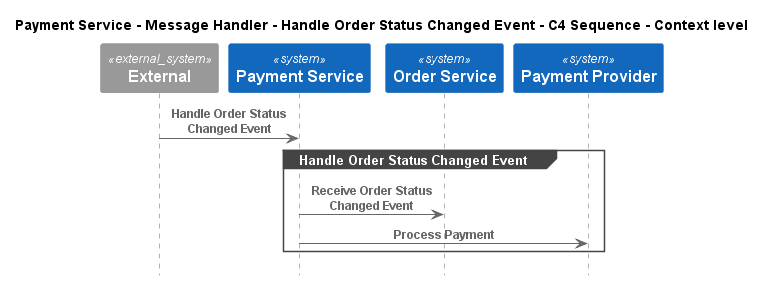
Above: e-commerce-platform/Software Systems/Payment Service/Containers/Message Handler/Interfaces/Handle Order Status Changed Event/Context - C4 Sequence.png in C4InterFlow/architecture-as-code-samples (PlantUML), before the change. Source of this version:
```plantuml
@startuml
!pragma layout smetana
!include ..\..\..\..\..\..\.c4s\C4_Sequence.puml

title Payment Service - Message Handler - Handle Order Status Changed Event - C4 Sequence - Context level

System_Ext(C4InterFlow.SoftwareSystems.ExternalSystem, "External", "")
System(ECommercePlatform.SoftwareSystems.PaymentService, "Payment Service", "")
System(ECommercePlatform.SoftwareSystems.OrderService, "Order Service", "")
System(ECommercePlatform.SoftwareSystems.PaymentProvider, "Payment Provider", "")

Rel(C4InterFlow.SoftwareSystems.ExternalSystem, ECommercePlatform.SoftwareSystems.PaymentService, "Handle Order Status Changed Event")
group Handle Order Status Changed Event
Rel(ECommercePlatform.SoftwareSystems.PaymentService, ECommercePlatform.SoftwareSystems.OrderService, "Receive Order Status Changed Event")
Rel(ECommercePlatform.SoftwareSystems.PaymentService, ECommercePlatform.SoftwareSystems.PaymentProvider, "Process Payment")
end


@enduml
```
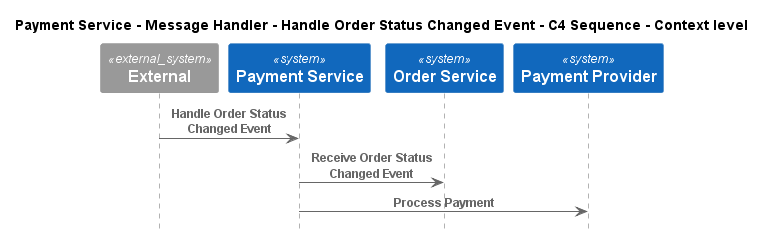
After the commit.

The edit, as a diff of the source:
```diff
@@ -10,10 +10,8 @@
 System(ECommercePlatform.SoftwareSystems.PaymentProvider, "Payment Provider", "")
 
 Rel(C4InterFlow.SoftwareSystems.ExternalSystem, ECommercePlatform.SoftwareSystems.PaymentService, "Handle Order Status Changed Event")
-group Handle Order Status Changed Event
 Rel(ECommercePlatform.SoftwareSystems.PaymentService, ECommercePlatform.SoftwareSystems.OrderService, "Receive Order Status Changed Event")
 Rel(ECommercePlatform.SoftwareSystems.PaymentService, ECommercePlatform.SoftwareSystems.PaymentProvider, "Process Payment")
-end
 
 
 @enduml
```
